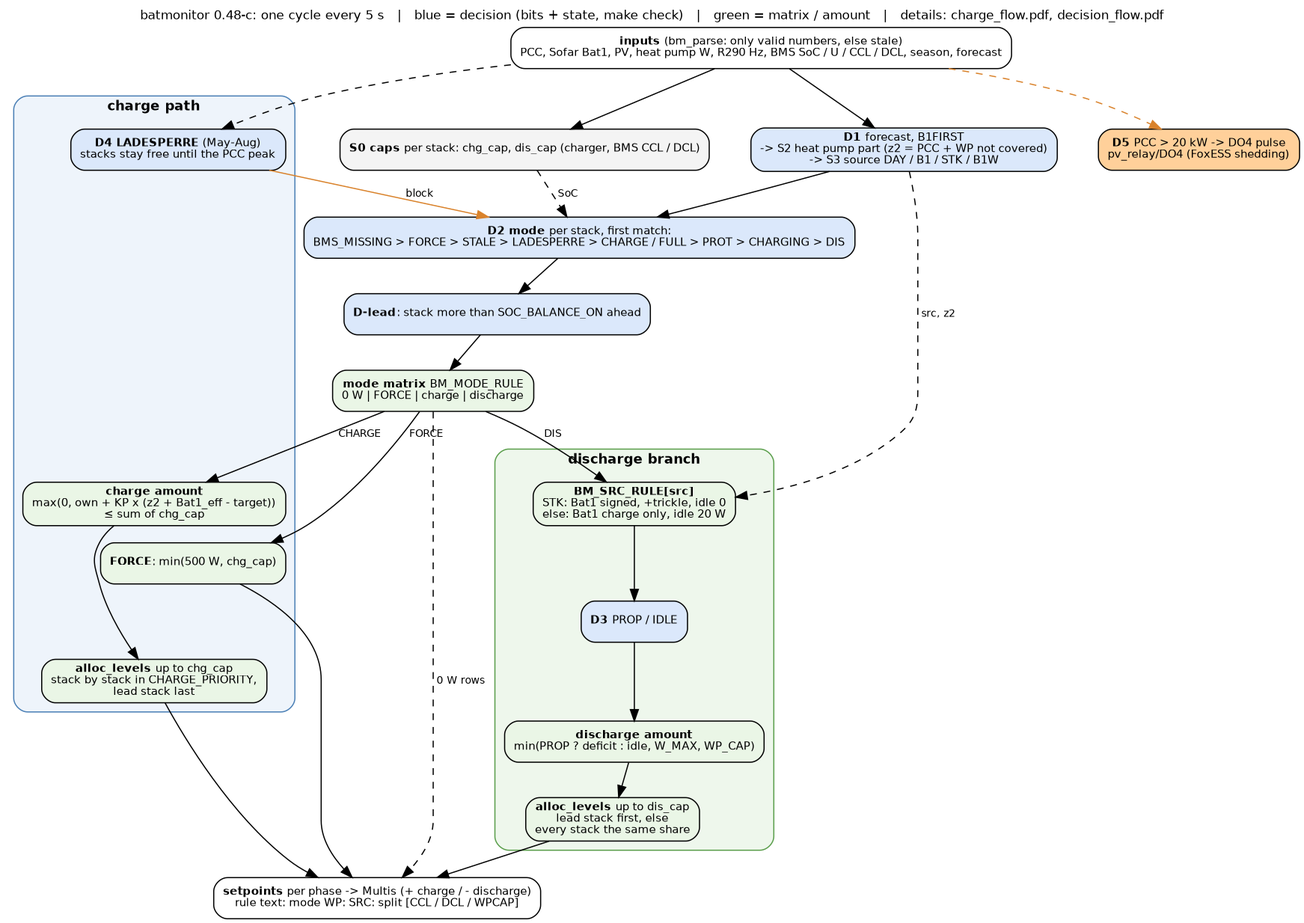
The Graphviz diagram docs/control_flow.png in gerontec/victron, before a commit. Its source is kept beside it as docs/control_flow.dot. Source of this version:
```dot
digraph control {
	graph [rankdir=TB, fontname="Helvetica", fontsize=11, nodesep=0.5, ranksep=0.4, newrank=true,
		   label="batmonitor 0.48-c: one cycle every 5 s   |   blue = decision (bits + state, make check)   |   green = matrix / amount   |   details: charge_flow.pdf, decision_flow.pdf",
		   labelloc=t];
	node [shape=box, style="rounded,filled", fillcolor="#f4f4f4", fontname="Helvetica", fontsize=10];
	edge [fontname="Helvetica", fontsize=9];

	in [label=<<b>inputs</b> (bm_parse: only valid numbers, else stale)<br/>PCC, Sofar Bat1, PV, heat pump W, R290 Hz, BMS SoC / U / CCL / DCL, season, forecast>, fillcolor="#ffffff"];
	d1 [label=<<b>D1</b> forecast, B1FIRST<br/>-&gt; S2 heat pump part (z2 = PCC + WP not covered)<br/>-&gt; S3 source DAY / B1 / STK / B1W>, fillcolor="#dbe8fb"];
	gates [label=<<b>S0 caps</b> per stack: chg_cap, dis_cap (charger, BMS CCL / DCL)>];
	d2 [label=<<b>D2 mode</b> per stack, first match:<br/>BMS_MISSING &gt; FORCE &gt; STALE &gt; LADESPERRE &gt; CHARGE / FULL &gt; PROT &gt; CHARGING &gt; DIS>, fillcolor="#dbe8fb"];
	lead [label=<<b>D-lead</b>: stack more than SOC_BALANCE_ON ahead>, fillcolor="#dbe8fb"];
	mode [label=<<b>mode matrix</b> BM_MODE_RULE<br/>0 W | FORCE | charge | discharge>, fillcolor="#eaf6e6", shape=box];

	subgraph cluster_charge {
		label=<<b>charge path</b>>; style="rounded,filled"; fillcolor="#eef4fb"; color="#4a7fb5"; fontsize=12;
		d4 [label=<<b>D4 LADESPERRE</b> (May-Aug)<br/>stacks stay free until the PCC peak>, fillcolor="#dbe8fb"];
		cforce [label=<<b>FORCE</b>: min(500 W, chg_cap)>, fillcolor="#eaf6e6"];
		camount [label=<<b>charge amount</b><br/>max(0, own + KP x (z2 + Bat1_eff - target))<br/>&le; sum of chg_cap>, fillcolor="#eaf6e6"];
		csplit [label=<<b>alloc_levels</b> up to chg_cap<br/>stack by stack in CHARGE_PRIORITY,<br/>lead stack last>, fillcolor="#eaf6e6"];
		camount -> csplit;
	}

	subgraph cluster_dis {
		label=<<b>discharge branch</b>>; style="rounded,filled"; fillcolor="#eef7ec"; color="#5a9e4b"; fontsize=12;
		src [label=<<b>BM_SRC_RULE[src]</b><br/>STK: Bat1 signed, +trickle, idle 0<br/>else: Bat1 charge only, idle 20 W>, fillcolor="#eaf6e6"];
		d3 [label=<<b>D3</b> PROP / IDLE>, fillcolor="#dbe8fb"];
		damount [label=<<b>discharge amount</b><br/>min(PROP ? deficit : idle, W_MAX, WP_CAP)>, fillcolor="#eaf6e6"];
		dsplit [label=<<b>alloc_levels</b> up to dis_cap<br/>lead stack first, else<br/>every stack the same share>, fillcolor="#eaf6e6"];
		src -> d3 -> damount -> dsplit;
	}

	d5 [label=<<b>D5</b> PCC &gt; 20 kW -&gt; DO4 pulse<br/>pv_relay/DO4 (FoxESS shedding)>, fillcolor="#ffd09a"];
	out [label=<<b>setpoints</b> per phase -&gt; Multis (+ charge / - discharge)<br/>rule text: mode WP: SRC: split [CCL / DCL / WPCAP]>, fillcolor="#ffffff"];

	in -> d1 -> d2;
	in -> gates;
	gates -> d2 [style=dashed, label=" SoC"];
	d2 -> lead -> mode;
	mode -> cforce [label=" FORCE"];
	mode -> camount [label=" CHARGE"];
	mode -> src [label=" DIS"];
	mode -> out [label=" 0 W rows", style=dashed];
	d4 -> d2 [color="#d9822b", label=" block"];
	in -> d4 [style=dashed];
	in -> d5 [style=dashed, color="#d9822b"];
	d1 -> src [style=dashed, label=" src, z2"];
	cforce -> out;
	csplit -> out;
	dsplit -> out;
}
```
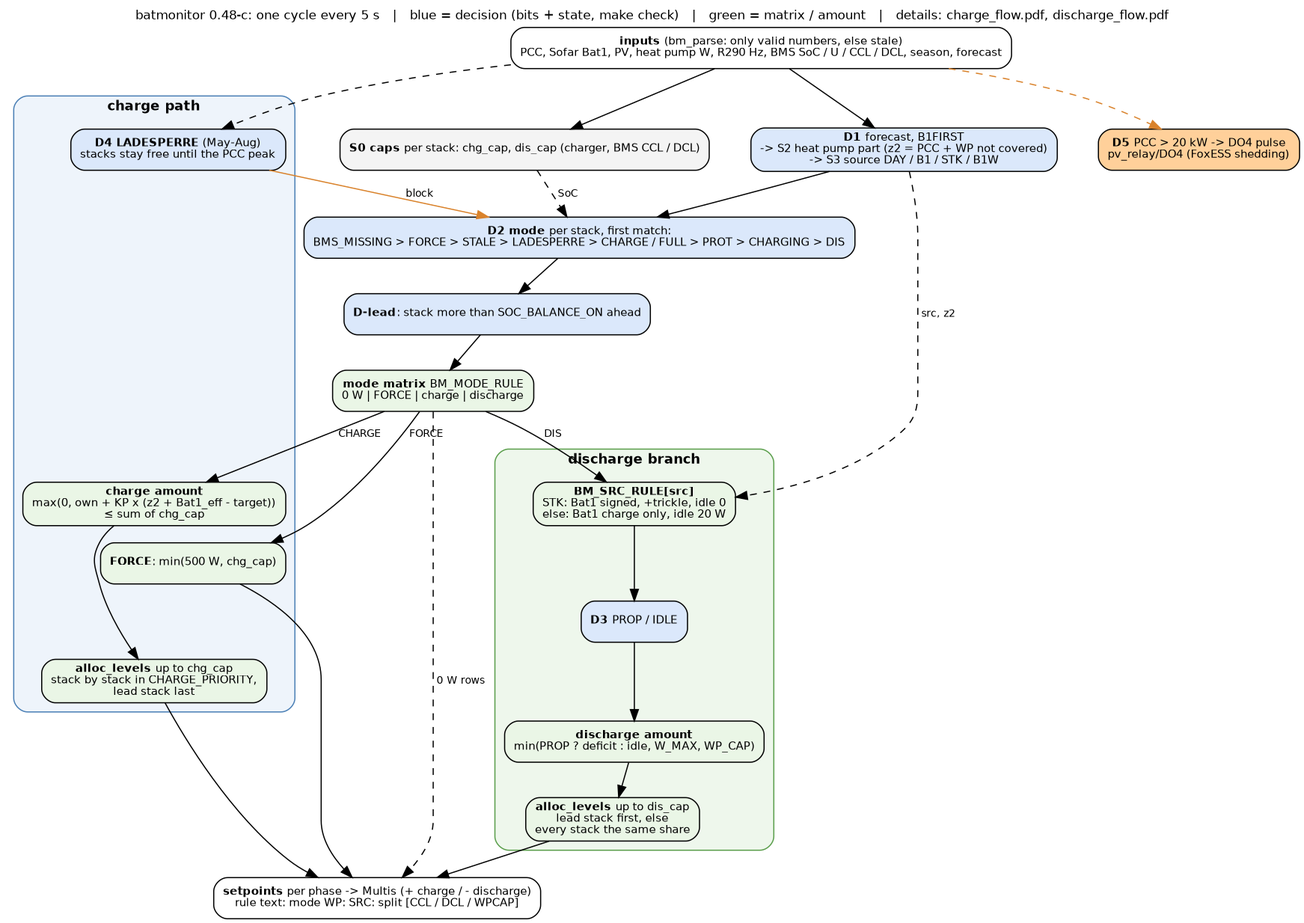
After the change.

Commit message:
docs: rename decision_flow to discharge_flow (charge_flow / discharge_flow / control_flow)

The edit, as a diff of the source:
```diff
@@ -1,6 +1,6 @@
 digraph control {
 	graph [rankdir=TB, fontname="Helvetica", fontsize=11, nodesep=0.5, ranksep=0.4, newrank=true,
-		   label="batmonitor 0.48-c: one cycle every 5 s   |   blue = decision (bits + state, make check)   |   green = matrix / amount   |   details: charge_flow.pdf, decision_flow.pdf",
+		   label="batmonitor 0.48-c: one cycle every 5 s   |   blue = decision (bits + state, make check)   |   green = matrix / amount   |   details: charge_flow.pdf, discharge_flow.pdf",
 		   labelloc=t];
 	node [shape=box, style="rounded,filled", fillcolor="#f4f4f4", fontname="Helvetica", fontsize=10];
 	edge [fontname="Helvetica", fontsize=9];
```
